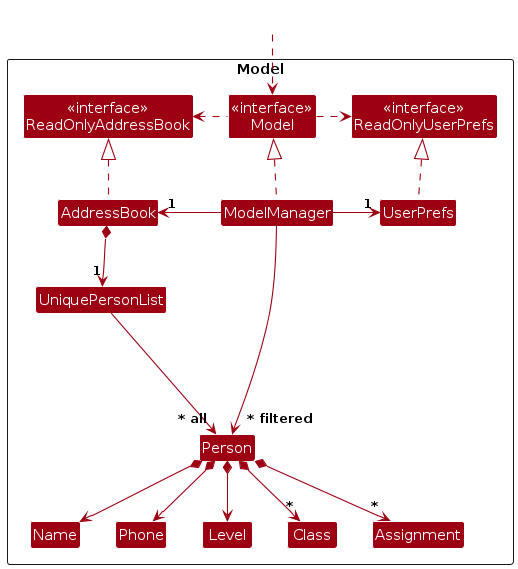
This is diagrams/ModelClassDiagram.png from AY2526S1-CS2103T-F14b-3/tp, a PlantUML export, as it was before one commit. Its source is kept beside it as diagrams/ModelClassDiagram.puml.
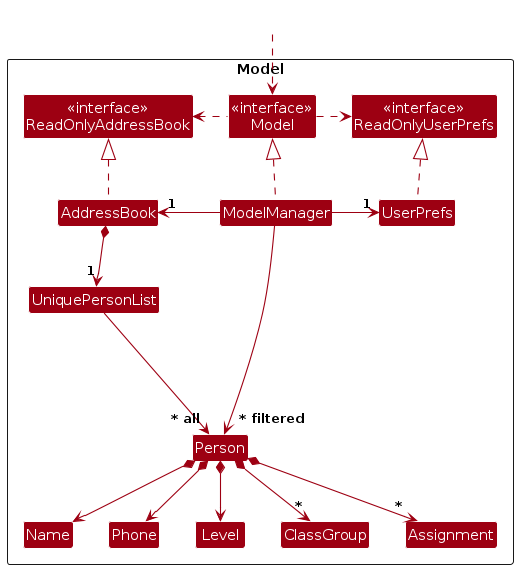
The same diagram one commit later.

Change to the diagram source:
```diff
@@ -17,7 +17,7 @@
 Class Level
 Class Name
 Class Phone
-Class Class
+Class ClassGroup
 Class Assignment
 
 Class I #FFFFFF
@@ -40,7 +40,7 @@
 Person *--> Name
 Person *--> Phone
 Person *--> Level
-Person *--> "*" Class
+Person *--> "*" ClassGroup
 Person *--> "*" Assignment
 
 Person -[hidden]up--> I
@@ -48,8 +48,8 @@
 
 Name -[hidden]right-> Phone
 Phone -[hidden]right-> Level
-Level -[hidden]right-> Class
-Class -[hidden]right-> Assignment
+Level -[hidden]right-> ClassGroup
+ClassGroup -[hidden]right-> Assignment
 
 ModelManager --> "~* filtered" Person
 @enduml
```
